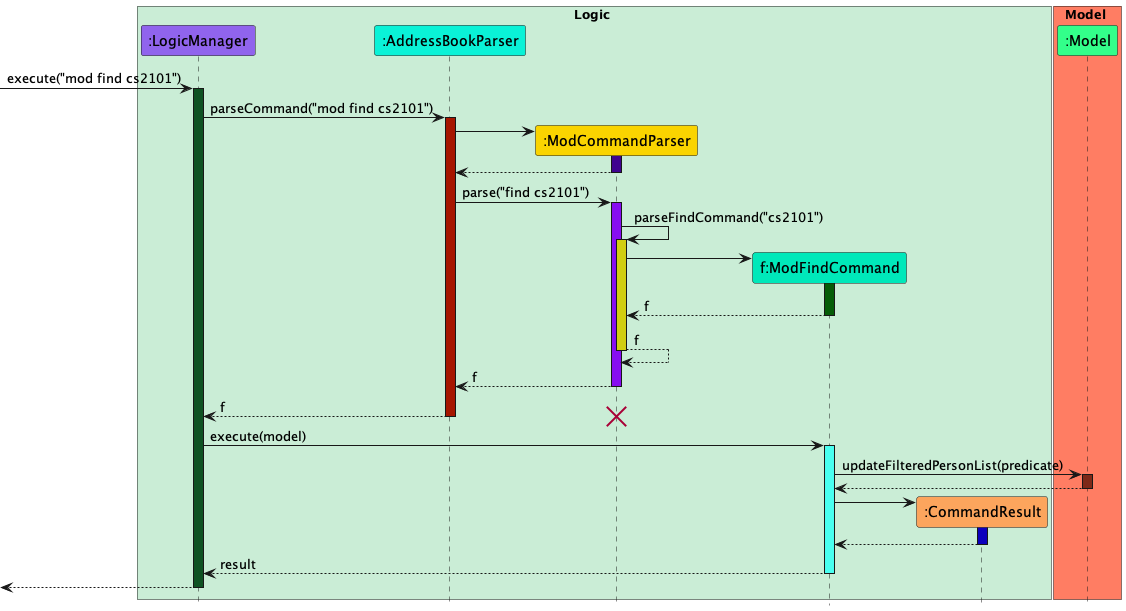
This is docs/images/ModFindSequenceDiagram.png from nus-cs2103-AY2223S1/tp, a PlantUML export, as it was before one commit.
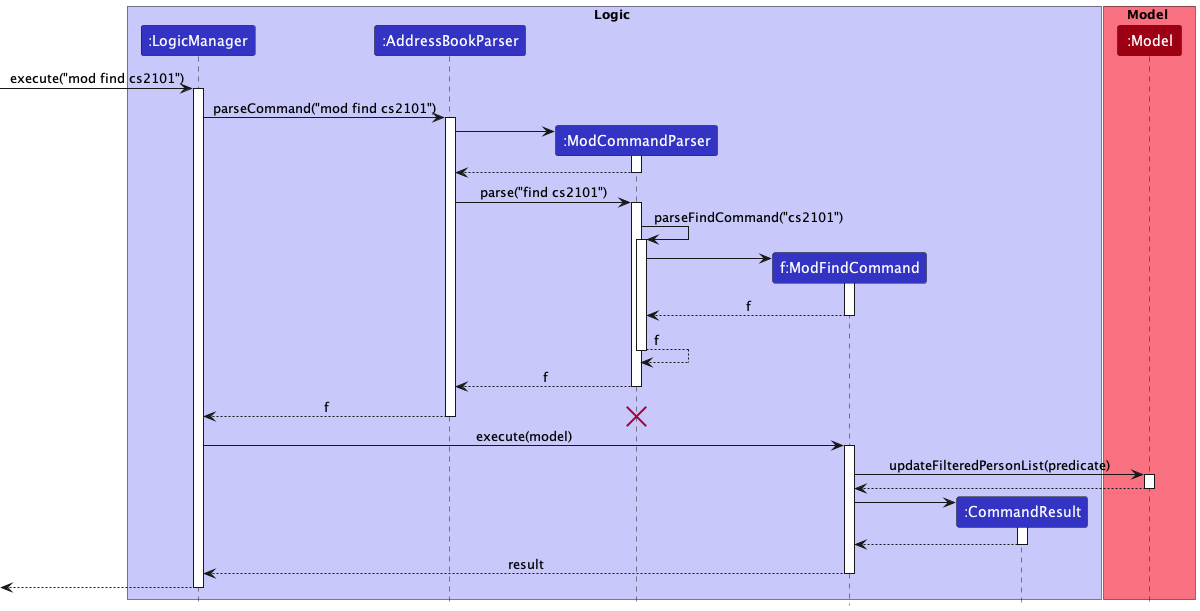
The same diagram one commit later.

Commit message:
Change color to standard colors for sequence diagrams

The edit, as a diff of the source:
```diff
@@ -1,39 +1,40 @@
 @startuml
+!include style.puml
 hide Footbox
 
-box Logic #caedd6
-participant ":LogicManager" as LM #9064ed
-participant ":AddressBookParser" as ABP #0af2d7
-participant ":ModCommandParser" as MCP #fad400
-participant "f:ModFindCommand" as MFC #00e8ba
-participant ":CommandResult" as CR #fca55d
-box Model #ff7d63
-participant ":Model" as Model #33ff8a
-->LM ++ #0f5223 : execute("mod find cs2101")
-LM -> ABP ++ #a61600 : parseCommand("mod find cs2101")
+box Logic LOGIC_COLOR_T1
+participant ":LogicManager" as LM LOGIC_COLOR
+participant ":AddressBookParser" as ABP LOGIC_COLOR
+participant ":ModCommandParser" as MCP LOGIC_COLOR
+participant "f:ModFindCommand" as MFC LOGIC_COLOR
+participant ":CommandResult" as CR LOGIC_COLOR
+end box
+
+box Model MODEL_COLOR_T1
+participant ":Model" as Model MODEL_COLOR
+->LM ++  : execute("mod find cs2101")
+LM -> ABP ++ : parseCommand("mod find cs2101")
 ABP -> MCP **
-activate MCP #3f038f
+activate MCP
 MCP --> ABP
 deactivate MCP
 ABP -> MCP : parse("find cs2101")
-activate MCP #870ef0
-MCP -> MCP ++ #d1ce11 : parseFindCommand("cs2101")
+activate MCP
+MCP -> MCP ++ : parseFindCommand("cs2101")
 MCP -> MFC **
-activate MFC #055c07
+activate MFC
 return f
 return f
 return f
 return f
 destroy MCP
-LM -> MFC ++ #4afff0 : execute(model)
-MFC -> Model ++ #7d2918 : updateFilteredPersonList(predicate)
+LM -> MFC ++ : execute(model)
+MFC -> Model ++ : updateFilteredPersonList(predicate)
 return
 MFC -> CR **
-activate CR #0d00bd
+activate CR
 return
 return result
 return
 
-
-
 @enduml
```
